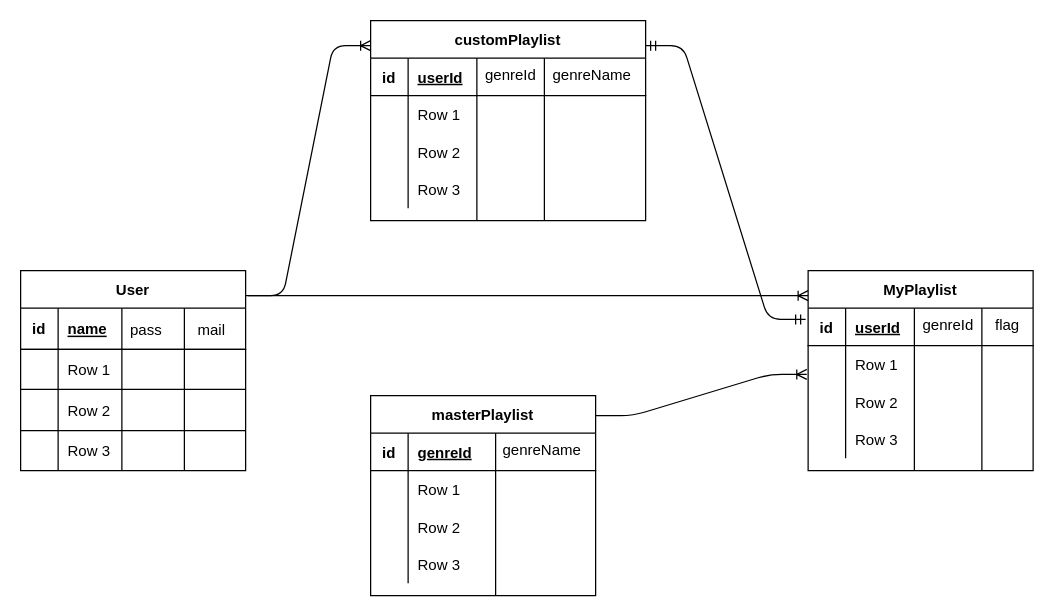
Before: sample.dio in tubasa-0011/timeKiller-app, a draw.io diagram. Source tidied: cells renumbered, new cells numbered last; positions are measured from the earlier drawing's top-left corner, leaving out a move shared by most shapes. Both pictures are drawn from the tidied source at 125%, with x=0, y=0 at pixel (20, 20).
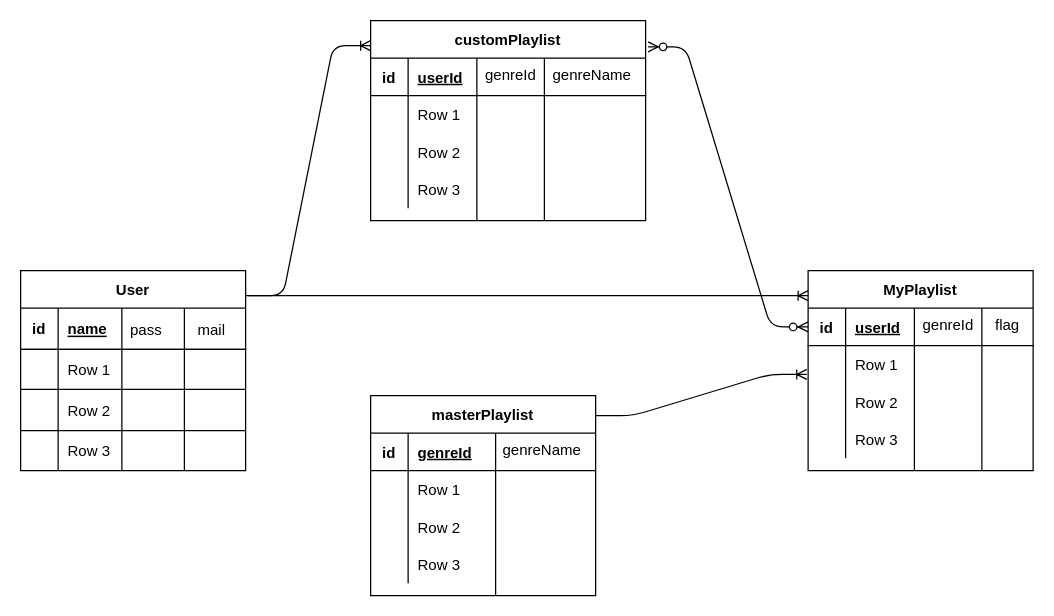
Above is the later version.

Unchanged cells that the change refers to:
```xml
<mxCell id="22" style="shape=partialRectangle;fillColor=none;top=0;left=0;bottom=1;right=0;points=[[0,0.5],[1,0.5]];portConstraint=eastwest;" parent="21" vertex="1">
  <mxGeometry y="30" width="180" height="30" as="geometry" />
</mxCell>
<mxCell id="56" value="customPlaylist" style="shape=table;startSize=30;childLayout=tableLayout;rowLines=0;fontStyle=1;align=center;" parent="55" vertex="1">
  <mxGeometry width="220" height="160" as="geometry" />
</mxCell>
```

Diff of the diagram source:
```diff
@@
-    <mxCell id="75" style="edgeStyle=entityRelationEdgeStyle;fontSize=12;html=1;endArrow=ERmandOne;startArrow=ERmandOne;exitX=1;exitY=0.125;exitDx=0;exitDy=0;exitPerimeter=0;entryX=-0.011;entryY=0.3;entryDx=0;entryDy=0;entryPerimeter=0;" parent="1" edge="1" source="56" target="22">
+    <mxCell id="75" style="edgeStyle=entityRelationEdgeStyle;fontSize=12;html=1;endArrow=ERzeroToMany;endFill=1;startArrow=ERzeroToMany;entryX=0;entryY=0.5;entryDx=0;entryDy=0;exitX=1.009;exitY=0.131;exitDx=0;exitDy=0;exitPerimeter=0;" parent="1" edge="1" source="56" target="22">
       <mxGeometry relative="1" as="geometry" />
     </mxCell>
```
